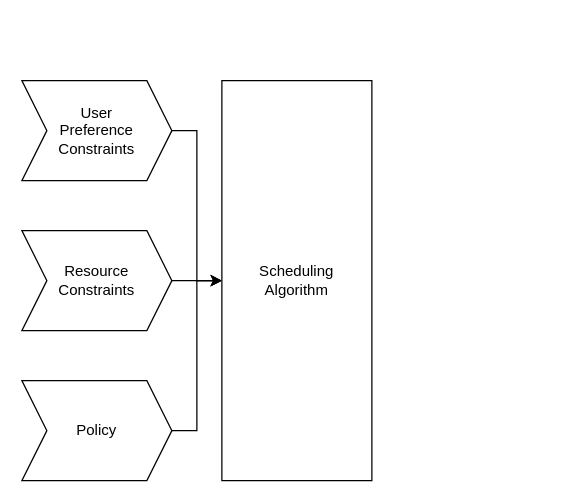
pantelis/aiml-common keeps this draw.io diagram as page "constraints" (6 of 6) of lectures/ai-systems/going-back-to-work/images/going-back-to-work.drawio. Above is the earlier version. Source tidied: cells renumbered, new cells numbered last; positions are measured from the earlier drawing's top-left corner, leaving out a move shared by most shapes. Both pictures are drawn from the tidied source at 125%, with x=0, y=0 at pixel (21, 80).
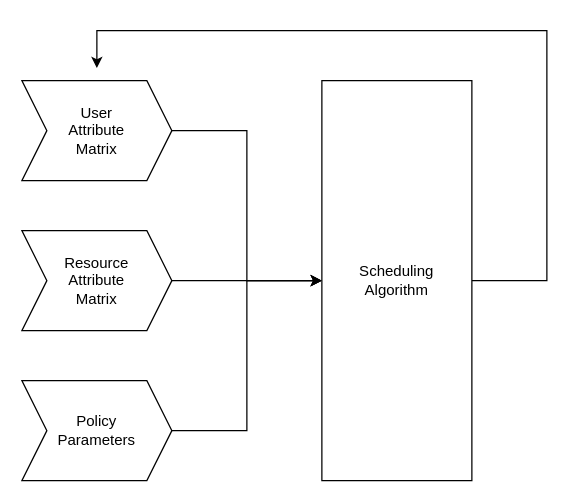
Above is the later version.

Change to the diagram source:
```diff
@@
 <mxGraphModel>
   <root>
     <mxCell id="0" />
     <mxCell id="1" parent="0" />
     <mxCell id="2" style="edgeStyle=orthogonalEdgeStyle;rounded=0;jettySize=auto;html=1;" parent="1" edge="1" source="3" target="8">
       <mxGeometry relative="1" as="geometry" />
     </mxCell>
-    <mxCell id="3" value="User&lt;br&gt;Preference&lt;br&gt;Constraints" style="shape=step;perimeter=stepPerimeter;whiteSpace=wrap;html=1;fixedSize=1;" parent="1" vertex="1">
+    <mxCell id="3" value="User &lt;br&gt;Attribute &lt;br&gt;Matrix" style="shape=step;perimeter=stepPerimeter;whiteSpace=wrap;html=1;fixedSize=1;" parent="1" vertex="1">
       <mxGeometry width="120" height="80" as="geometry" />
     </mxCell>
     <mxCell id="4" style="edgeStyle=orthogonalEdgeStyle;rounded=0;jettySize=auto;html=1;" parent="1" edge="1" source="5" target="8">
       <mxGeometry relative="1" as="geometry" />
     </mxCell>
-    <mxCell id="5" value="Resource&lt;br&gt;Constraints" style="shape=step;perimeter=stepPerimeter;whiteSpace=wrap;html=1;fixedSize=1;" parent="1" vertex="1">
+    <mxCell id="5" value="Resource&lt;br&gt;Attribute&lt;br&gt;Matrix" style="shape=step;perimeter=stepPerimeter;whiteSpace=wrap;html=1;fixedSize=1;" parent="1" vertex="1">
       <mxGeometry y="120" width="120" height="80" as="geometry" />
     </mxCell>
     <mxCell id="6" style="edgeStyle=orthogonalEdgeStyle;rounded=0;jettySize=auto;html=1;" parent="1" edge="1" source="7" target="8">
       <mxGeometry relative="1" as="geometry" />
     </mxCell>
-    <mxCell id="7" value="Policy" style="shape=step;perimeter=stepPerimeter;whiteSpace=wrap;html=1;fixedSize=1;" parent="1" vertex="1">
+    <mxCell id="7" value="Policy&lt;br&gt;Parameters" style="shape=step;perimeter=stepPerimeter;whiteSpace=wrap;html=1;fixedSize=1;" parent="1" vertex="1">
       <mxGeometry y="240" width="120" height="80" as="geometry" />
     </mxCell>
+    <mxCell id="9" style="edgeStyle=orthogonalEdgeStyle;rounded=0;jettySize=auto;html=1;exitX=1;exitY=0.5;exitDx=0;exitDy=0;" parent="1" edge="1" source="8">
+      <mxGeometry relative="1" as="geometry">
+        <mxPoint x="60" y="-10" as="targetPoint" />
+        <Array as="points">
+          <mxPoint x="420" y="160" />
+          <mxPoint x="420" y="-40" />
+          <mxPoint x="60" y="-40" />
+        </Array>
+      </mxGeometry>
+    </mxCell>
     <mxCell id="8" value="Scheduling&lt;br&gt;Algorithm" style="rounded=0;whiteSpace=wrap;html=1;" parent="1" vertex="1">
-      <mxGeometry x="160" width="120" height="320" as="geometry" />
+      <mxGeometry x="240" width="120" height="320" as="geometry" />
     </mxCell>
   </root>
 </mxGraphModel>
```
